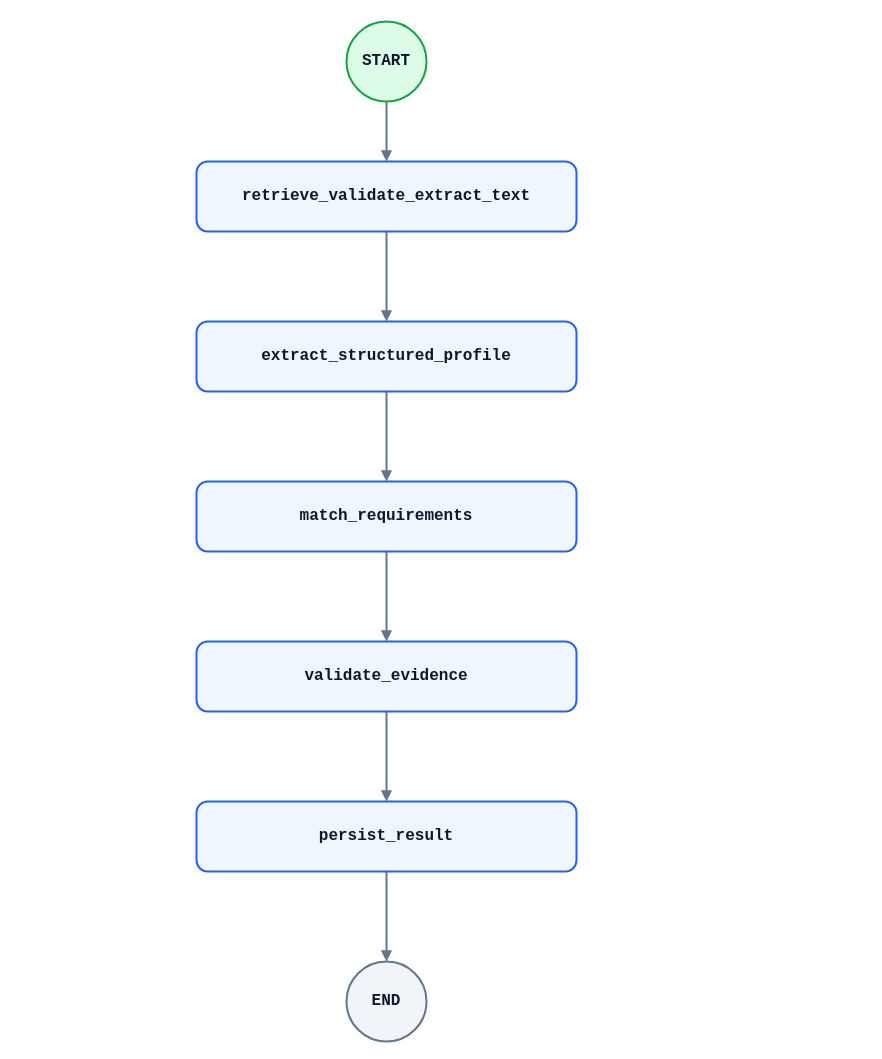
Before: page "3. ScreeningWorkflow" (3 of 7) of docs/langgraphs/hiresense-all-langgraphs.drawio in sohail-08/HireSense_AI, a draw.io diagram. Source tidied: cells renumbered, new cells numbered last; positions are measured from the earlier drawing's top-left corner, leaving out a move shared by most shapes. Both pictures are drawn from the tidied source at 100%, with x=0, y=0 at pixel (196, 21).
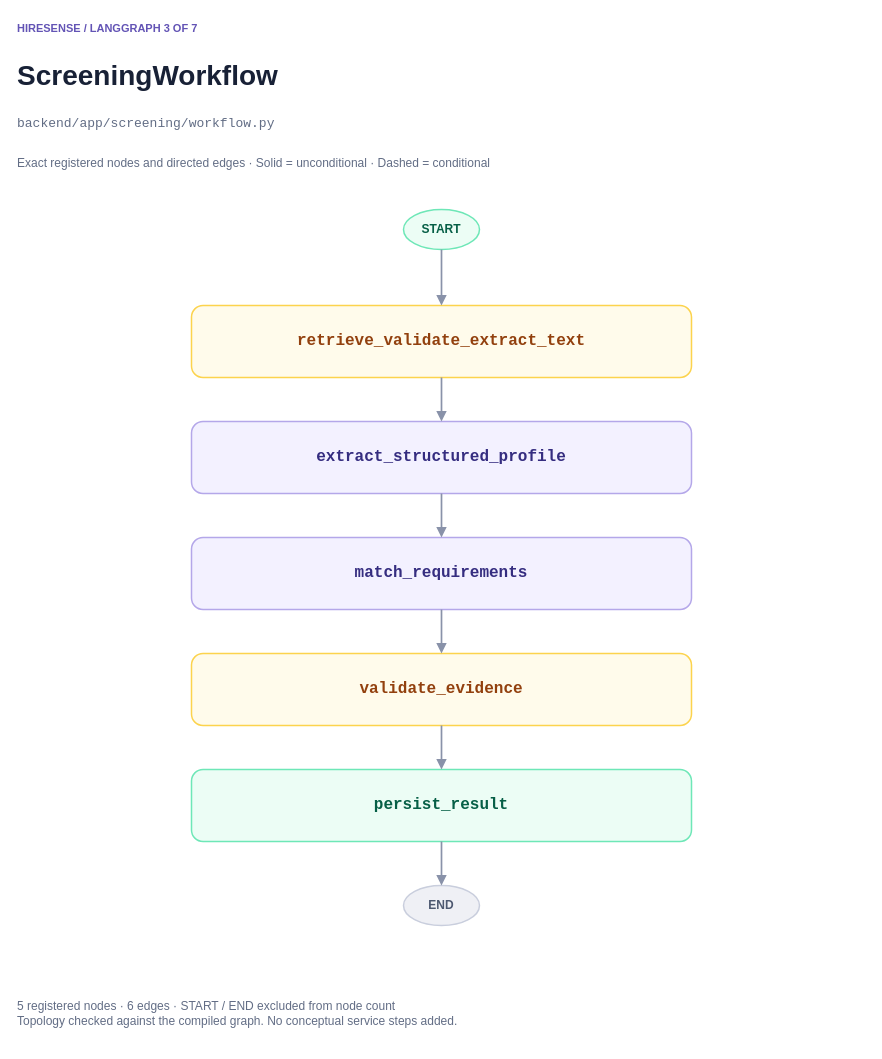
After the change.

What changed in the source:
```diff
@@
-<mxGraphModel>
+<mxGraphModel background="#ffffff">
   <root>
     <mxCell id="0" />
     <mxCell id="1" parent="0" />
-    <mxCell id="2" style="edgeStyle=orthogonalEdgeStyle;rounded=0;jettySize=auto;html=0;endArrow=block;endFill=1;strokeWidth=2;fontFamily=Courier New;fontSize=14;labelBackgroundColor=#ffffff;strokeColor=#64748b;fontColor=#334155;exitX=0.5;exitY=1;entryX=0.5;entryY=0;" parent="1" edge="1" source="8" target="9">
-      <mxGeometry relative="1" as="geometry" />
-    </mxCell>
-    <mxCell id="3" style="edgeStyle=orthogonalEdgeStyle;rounded=0;jettySize=auto;html=0;endArrow=block;endFill=1;strokeWidth=2;fontFamily=Courier New;fontSize=14;labelBackgroundColor=#ffffff;strokeColor=#64748b;fontColor=#334155;exitX=0.5;exitY=1;entryX=0.5;entryY=0;" parent="1" edge="1" source="10" target="11">
-      <mxGeometry relative="1" as="geometry" />
-    </mxCell>
-    <mxCell id="4" style="edgeStyle=orthogonalEdgeStyle;rounded=0;jettySize=auto;html=0;endArrow=block;endFill=1;strokeWidth=2;fontFamily=Courier New;fontSize=14;labelBackgroundColor=#ffffff;strokeColor=#64748b;fontColor=#334155;exitX=0.5;exitY=1;entryX=0.5;entryY=0;" parent="1" edge="1" source="11" target="12">
-      <mxGeometry relative="1" as="geometry" />
-    </mxCell>
-    <mxCell id="5" style="edgeStyle=orthogonalEdgeStyle;rounded=0;jettySize=auto;html=0;endArrow=block;endFill=1;strokeWidth=2;fontFamily=Courier New;fontSize=14;labelBackgroundColor=#ffffff;strokeColor=#64748b;fontColor=#334155;exitX=0.5;exitY=1;entryX=0.5;entryY=0;" parent="1" edge="1" source="9" target="10">
-      <mxGeometry relative="1" as="geometry" />
-    </mxCell>
-    <mxCell id="6" style="edgeStyle=orthogonalEdgeStyle;rounded=0;jettySize=auto;html=0;endArrow=block;endFill=1;strokeWidth=2;fontFamily=Courier New;fontSize=14;labelBackgroundColor=#ffffff;strokeColor=#64748b;fontColor=#334155;exitX=0.5;exitY=1;entryX=0.5;entryY=0;" parent="1" edge="1" source="12" target="13">
-      <mxGeometry relative="1" as="geometry" />
-    </mxCell>
-    <mxCell id="7" style="edgeStyle=orthogonalEdgeStyle;rounded=0;jettySize=auto;html=0;endArrow=block;endFill=1;strokeWidth=2;fontFamily=Courier New;fontSize=14;labelBackgroundColor=#ffffff;strokeColor=#64748b;fontColor=#334155;exitX=0.5;exitY=1;entryX=0.5;entryY=0;" parent="1" edge="1" source="13" target="14">
-      <mxGeometry relative="1" as="geometry" />
-    </mxCell>
+    <mxCell id="15" value="HIRESENSE / LANGGRAPH 3 OF 7" style="text;html=0;align=left;verticalAlign=middle;whiteSpace=wrap;strokeColor=none;fillColor=none;spacing=0;fontFamily=Helvetica;fontColor=#182136;fontSize=11;fontStyle=1;fontColor=#6354b5;" parent="1" vertex="1">
+      <mxGeometry x="-179" y="-4" width="848" height="22" as="geometry" />
+    </mxCell>
+    <mxCell id="16" value="ScreeningWorkflow" style="text;html=0;align=left;verticalAlign=middle;whiteSpace=wrap;strokeColor=none;fillColor=none;spacing=0;fontFamily=Helvetica;fontColor=#182136;fontSize=28;fontStyle=1;" parent="1" vertex="1">
+      <mxGeometry x="-179" y="32" width="848" height="44" as="geometry" />
+    </mxCell>
+    <mxCell id="17" value="backend/app/screening/workflow.py" style="text;html=0;align=left;verticalAlign=middle;whiteSpace=wrap;strokeColor=none;fillColor=none;spacing=0;fontFamily=Helvetica;fontColor=#182136;fontSize=13;fontFamily=Consolas;fontColor=#626d85;" parent="1" vertex="1">
+      <mxGeometry x="-179" y="88" width="848" height="28" as="geometry" />
+    </mxCell>
+    <mxCell id="18" value="Exact registered nodes and directed edges · Solid = unconditional · Dashed = conditional" style="text;html=0;align=left;verticalAlign=middle;whiteSpace=wrap;strokeColor=none;fillColor=none;spacing=0;fontFamily=Helvetica;fontColor=#182136;fontSize=12;fontColor=#626d85;" parent="1" vertex="1">
+      <mxGeometry x="-179" y="128" width="848" height="28" as="geometry" />
+    </mxCell>
-    <mxCell id="8" value="START" style="ellipse;whiteSpace=wrap;html=0;fontFamily=Courier New;fontSize=16;fontStyle=1;fontColor=#0f172a;strokeWidth=2;spacing=10;fillColor=#dcfce7;strokeColor=#16a34a;" parent="1" vertex="1">
-      <mxGeometry x="150" width="80" height="80" as="geometry" />
+    <mxCell id="8" value="START" style="ellipse;whiteSpace=wrap;html=0;fontFamily=Helvetica;fontSize=12;fontStyle=1;align=center;verticalAlign=middle;strokeWidth=1.5;spacing=10;fillColor=#ecfdf5;strokeColor=#6ee7b7;fontColor=#065f46;" parent="1" vertex="1">
+      <mxGeometry x="207" y="188" width="76" height="40" as="geometry" />
     </mxCell>
-    <mxCell id="9" value="retrieve_validate_extract_text" style="rounded=1;arcSize=16;whiteSpace=wrap;html=0;fontFamily=Courier New;fontSize=16;fontStyle=1;fontColor=#0f172a;strokeWidth=2;spacing=10;fillColor=#eff6ff;strokeColor=#2563eb;" parent="1" vertex="1">
-      <mxGeometry y="140" width="380" height="70" as="geometry" />
+    <mxCell id="9" value="retrieve_validate_extract_text" style="rounded=1;arcSize=16;whiteSpace=wrap;html=0;fontFamily=Consolas;fontSize=16;fontStyle=1;align=center;verticalAlign=middle;strokeWidth=1.5;spacing=10;fillColor=#fffbeb;strokeColor=#fcd34d;fontColor=#92400e;" parent="1" vertex="1">
+      <mxGeometry x="-5" y="284" width="500" height="72" as="geometry" />
     </mxCell>
-    <mxCell id="10" value="extract_structured_profile" style="rounded=1;arcSize=16;whiteSpace=wrap;html=0;fontFamily=Courier New;fontSize=16;fontStyle=1;fontColor=#0f172a;strokeWidth=2;spacing=10;fillColor=#eff6ff;strokeColor=#2563eb;" parent="1" vertex="1">
-      <mxGeometry y="300" width="380" height="70" as="geometry" />
+    <mxCell id="10" value="extract_structured_profile" style="rounded=1;arcSize=16;whiteSpace=wrap;html=0;fontFamily=Consolas;fontSize=16;fontStyle=1;align=center;verticalAlign=middle;strokeWidth=1.5;spacing=10;fillColor=#f3f1ff;strokeColor=#b4a7e9;fontColor=#352d80;" parent="1" vertex="1">
+      <mxGeometry x="-5" y="400" width="500" height="72" as="geometry" />
     </mxCell>
-    <mxCell id="11" value="match_requirements" style="rounded=1;arcSize=16;whiteSpace=wrap;html=0;fontFamily=Courier New;fontSize=16;fontStyle=1;fontColor=#0f172a;strokeWidth=2;spacing=10;fillColor=#eff6ff;strokeColor=#2563eb;" parent="1" vertex="1">
-      <mxGeometry y="460" width="380" height="70" as="geometry" />
+    <mxCell id="11" value="match_requirements" style="rounded=1;arcSize=16;whiteSpace=wrap;html=0;fontFamily=Consolas;fontSize=16;fontStyle=1;align=center;verticalAlign=middle;strokeWidth=1.5;spacing=10;fillColor=#f3f1ff;strokeColor=#b4a7e9;fontColor=#352d80;" parent="1" vertex="1">
+      <mxGeometry x="-5" y="516" width="500" height="72" as="geometry" />
     </mxCell>
-    <mxCell id="12" value="validate_evidence" style="rounded=1;arcSize=16;whiteSpace=wrap;html=0;fontFamily=Courier New;fontSize=16;fontStyle=1;fontColor=#0f172a;strokeWidth=2;spacing=10;fillColor=#eff6ff;strokeColor=#2563eb;" parent="1" vertex="1">
-      <mxGeometry y="620" width="380" height="70" as="geometry" />
+    <mxCell id="12" value="validate_evidence" style="rounded=1;arcSize=16;whiteSpace=wrap;html=0;fontFamily=Consolas;fontSize=16;fontStyle=1;align=center;verticalAlign=middle;strokeWidth=1.5;spacing=10;fillColor=#fffbeb;strokeColor=#fcd34d;fontColor=#92400e;" parent="1" vertex="1">
+      <mxGeometry x="-5" y="632" width="500" height="72" as="geometry" />
     </mxCell>
-    <mxCell id="13" value="persist_result" style="rounded=1;arcSize=16;whiteSpace=wrap;html=0;fontFamily=Courier New;fontSize=16;fontStyle=1;fontColor=#0f172a;strokeWidth=2;spacing=10;fillColor=#eff6ff;strokeColor=#2563eb;" parent="1" vertex="1">
-      <mxGeometry y="780" width="380" height="70" as="geometry" />
+    <mxCell id="13" value="persist_result" style="rounded=1;arcSize=16;whiteSpace=wrap;html=0;fontFamily=Consolas;fontSize=16;fontStyle=1;align=center;verticalAlign=middle;strokeWidth=1.5;spacing=10;fillColor=#ecfdf5;strokeColor=#6ee7b7;fontColor=#065f46;" parent="1" vertex="1">
+      <mxGeometry x="-5" y="748" width="500" height="72" as="geometry" />
     </mxCell>
-    <mxCell id="14" value="END" style="ellipse;whiteSpace=wrap;html=0;fontFamily=Courier New;fontSize=16;fontStyle=1;fontColor=#0f172a;strokeWidth=2;spacing=10;fillColor=#f1f5f9;strokeColor=#64748b;" parent="1" vertex="1">
-      <mxGeometry x="150" y="940" width="80" height="80" as="geometry" />
+    <mxCell id="14" value="END" style="ellipse;whiteSpace=wrap;html=0;fontFamily=Helvetica;fontSize=12;fontStyle=1;align=center;verticalAlign=middle;strokeWidth=1.5;spacing=10;fillColor=#eff0f5;strokeColor=#c9cedd;fontColor=#4d5870;" parent="1" vertex="1">
+      <mxGeometry x="207" y="864" width="76" height="40" as="geometry" />
     </mxCell>
+    <mxCell id="19" value="5 registered nodes · 6 edges · START / END excluded from node count&#10;Topology checked against the compiled graph. No conceptual service steps added." style="text;html=0;align=left;verticalAlign=middle;whiteSpace=wrap;strokeColor=none;fillColor=none;spacing=0;fontFamily=Helvetica;fontColor=#182136;fontSize=12;fontColor=#626d85;" parent="1" vertex="1">
+      <mxGeometry x="-179" y="964" width="848" height="56" as="geometry" />
+    </mxCell>
+    <mxCell id="2" style="edgeStyle=orthogonalEdgeStyle;rounded=1;jettySize=auto;html=0;endArrow=block;endFill=1;strokeWidth=1.7;fontFamily=Consolas;fontSize=12;labelBackgroundColor=#ffffff;strokeColor=#8992a9;fontColor=#4d5870;exitX=0.5;exitY=1;entryX=0.5;entryY=0;" parent="1" edge="1" source="8" target="9">
+      <mxGeometry relative="1" as="geometry" />
+    </mxCell>
+    <mxCell id="3" style="edgeStyle=orthogonalEdgeStyle;rounded=1;jettySize=auto;html=0;endArrow=block;endFill=1;strokeWidth=1.7;fontFamily=Consolas;fontSize=12;labelBackgroundColor=#ffffff;strokeColor=#8992a9;fontColor=#4d5870;exitX=0.5;exitY=1;entryX=0.5;entryY=0;" parent="1" edge="1" source="10" target="11">
+      <mxGeometry relative="1" as="geometry" />
+    </mxCell>
+    <mxCell id="4" style="edgeStyle=orthogonalEdgeStyle;rounded=1;jettySize=auto;html=0;endArrow=block;endFill=1;strokeWidth=1.7;fontFamily=Consolas;fontSize=12;labelBackgroundColor=#ffffff;strokeColor=#8992a9;fontColor=#4d5870;exitX=0.5;exitY=1;entryX=0.5;entryY=0;" parent="1" edge="1" source="11" target="12">
+      <mxGeometry relative="1" as="geometry" />
+    </mxCell>
+    <mxCell id="5" style="edgeStyle=orthogonalEdgeStyle;rounded=1;jettySize=auto;html=0;endArrow=block;endFill=1;strokeWidth=1.7;fontFamily=Consolas;fontSize=12;labelBackgroundColor=#ffffff;strokeColor=#8992a9;fontColor=#4d5870;exitX=0.5;exitY=1;entryX=0.5;entryY=0;" parent="1" edge="1" source="9" target="10">
+      <mxGeometry relative="1" as="geometry" />
+    </mxCell>
+    <mxCell id="6" style="edgeStyle=orthogonalEdgeStyle;rounded=1;jettySize=auto;html=0;endArrow=block;endFill=1;strokeWidth=1.7;fontFamily=Consolas;fontSize=12;labelBackgroundColor=#ffffff;strokeColor=#8992a9;fontColor=#4d5870;exitX=0.5;exitY=1;entryX=0.5;entryY=0;" parent="1" edge="1" source="12" target="13">
+      <mxGeometry relative="1" as="geometry" />
+    </mxCell>
+    <mxCell id="7" style="edgeStyle=orthogonalEdgeStyle;rounded=1;jettySize=auto;html=0;endArrow=block;endFill=1;strokeWidth=1.7;fontFamily=Consolas;fontSize=12;labelBackgroundColor=#ffffff;strokeColor=#8992a9;fontColor=#4d5870;exitX=0.5;exitY=1;entryX=0.5;entryY=0;" parent="1" edge="1" source="13" target="14">
+      <mxGeometry relative="1" as="geometry" />
+    </mxCell>
   </root>
 </mxGraphModel>
```
